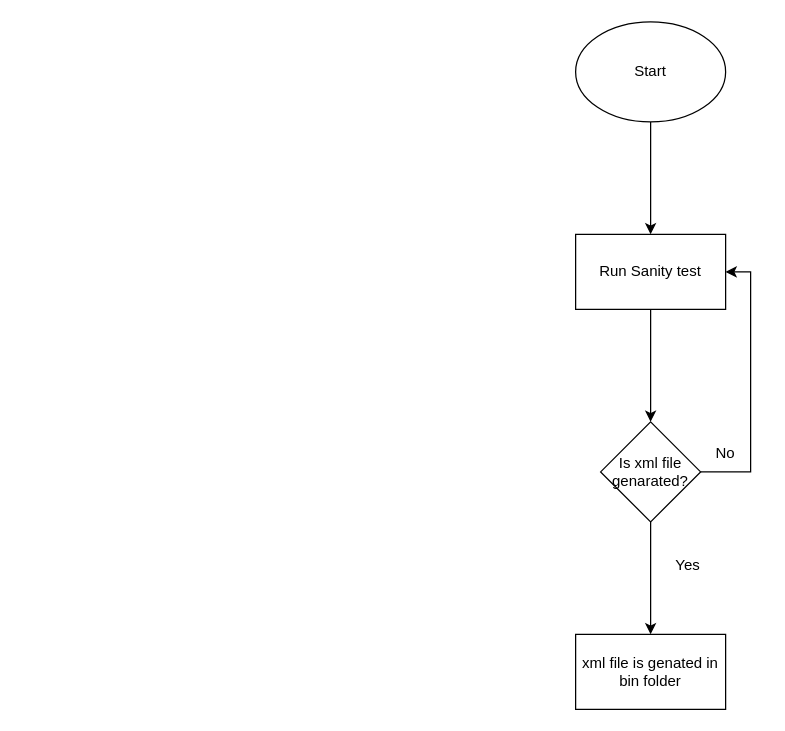
lethanhhai279/TMA keeps this draw.io diagram as page "Trang-2" (2 of 2) of Document_Probation/TIG.drawio. Above is the earlier version. Source tidied: cells renumbered, new cells numbered last; positions are measured from the earlier drawing's top-left corner, leaving out a move shared by most shapes. Both pictures are drawn from the tidied source at 125%, with x=0, y=0 at pixel (575, 21).
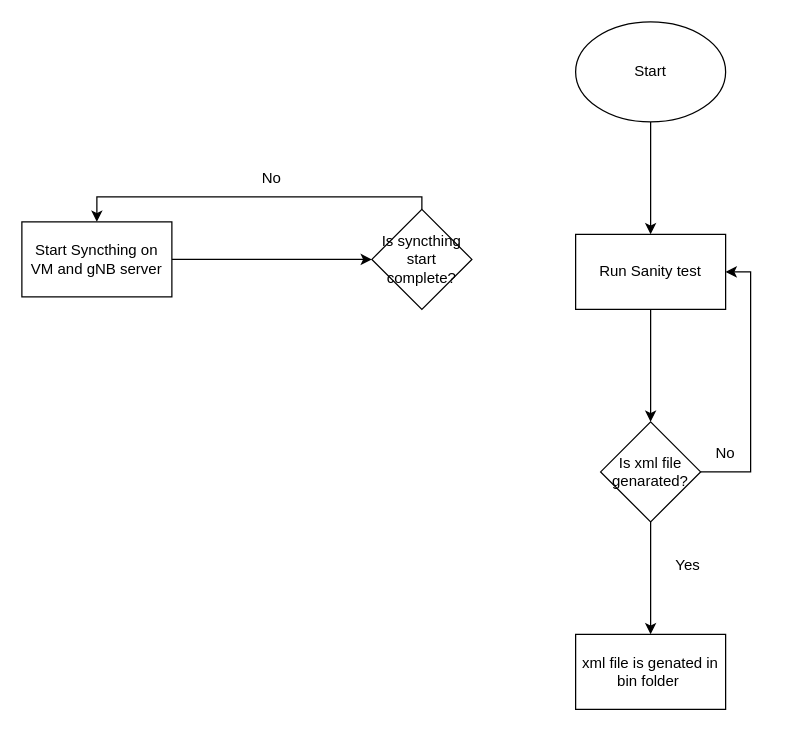
Above is the later version.

The edit, as a diff of the source:
```diff
@@
-    <mxCell id="10" value="xml file is genated in bin folder" style="rounded=0;whiteSpace=wrap;html=1;" parent="1" vertex="1">
+    <mxCell id="10" value="xml file is genated in bin folder&amp;nbsp;" style="rounded=0;whiteSpace=wrap;html=1;" parent="1" vertex="1">
       <mxGeometry y="490" width="120" height="60" as="geometry" />
     </mxCell>
@@
+    <mxCell id="12" style="edgeStyle=orthogonalEdgeStyle;rounded=0;jettySize=auto;html=1;entryX=0.5;entryY=0;entryDx=0;entryDy=0;" parent="1" edge="1" source="13" target="15">
+      <mxGeometry relative="1" as="geometry">
+        <Array as="points">
+          <mxPoint x="-123" y="140" />
+          <mxPoint x="-383" y="140" />
+        </Array>
+      </mxGeometry>
+    </mxCell>
+    <mxCell id="13" value="Is syncthing start complete?" style="rhombus;whiteSpace=wrap;html=1;" parent="1" vertex="1">
+      <mxGeometry x="-163" y="150" width="80" height="80" as="geometry" />
+    </mxCell>
+    <mxCell id="14" style="edgeStyle=orthogonalEdgeStyle;rounded=0;jettySize=auto;html=1;entryX=0;entryY=0.5;entryDx=0;entryDy=0;" parent="1" edge="1" source="15" target="13">
+      <mxGeometry relative="1" as="geometry" />
+    </mxCell>
+    <mxCell id="15" value="Start Syncthing on VM and gNB server" style="rounded=0;whiteSpace=wrap;html=1;" parent="1" vertex="1">
+      <mxGeometry x="-443" y="160" width="120" height="60" as="geometry" />
+    </mxCell>
+    <mxCell id="16" value="No" style="text;html=1;strokeColor=none;fillColor=none;align=center;verticalAlign=middle;whiteSpace=wrap;rounded=0;" parent="1" vertex="1">
+      <mxGeometry x="-273" y="110" width="60" height="30" as="geometry" />
+    </mxCell>
```
